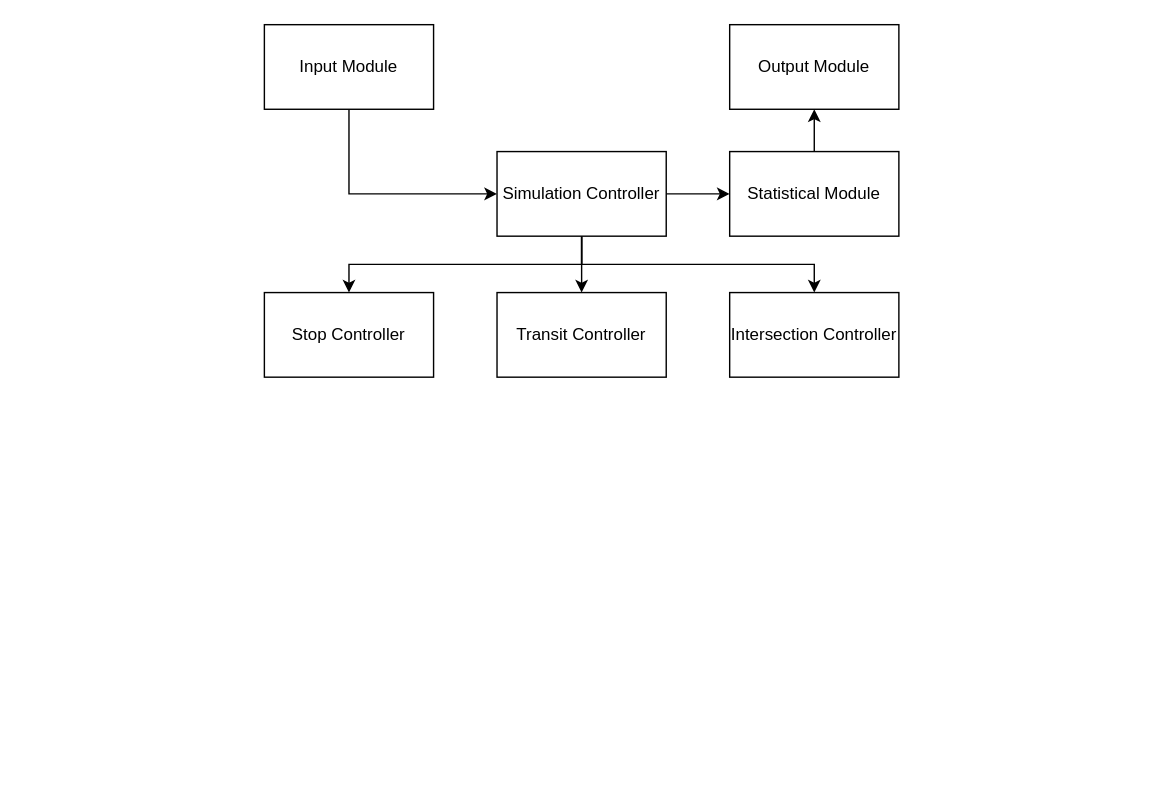
SebastianGonzalezRP/SimVex keeps this draw.io diagram as page "Architecture" (1 of 7) of Diagrams.drawio. Above is the earlier version. Source tidied: cells renumbered, new cells numbered last; positions are measured from the earlier drawing's top-left corner, leaving out a move shared by most shapes. Both pictures are drawn from the tidied source at 141%, with x=0, y=0 at pixel (264, 24).
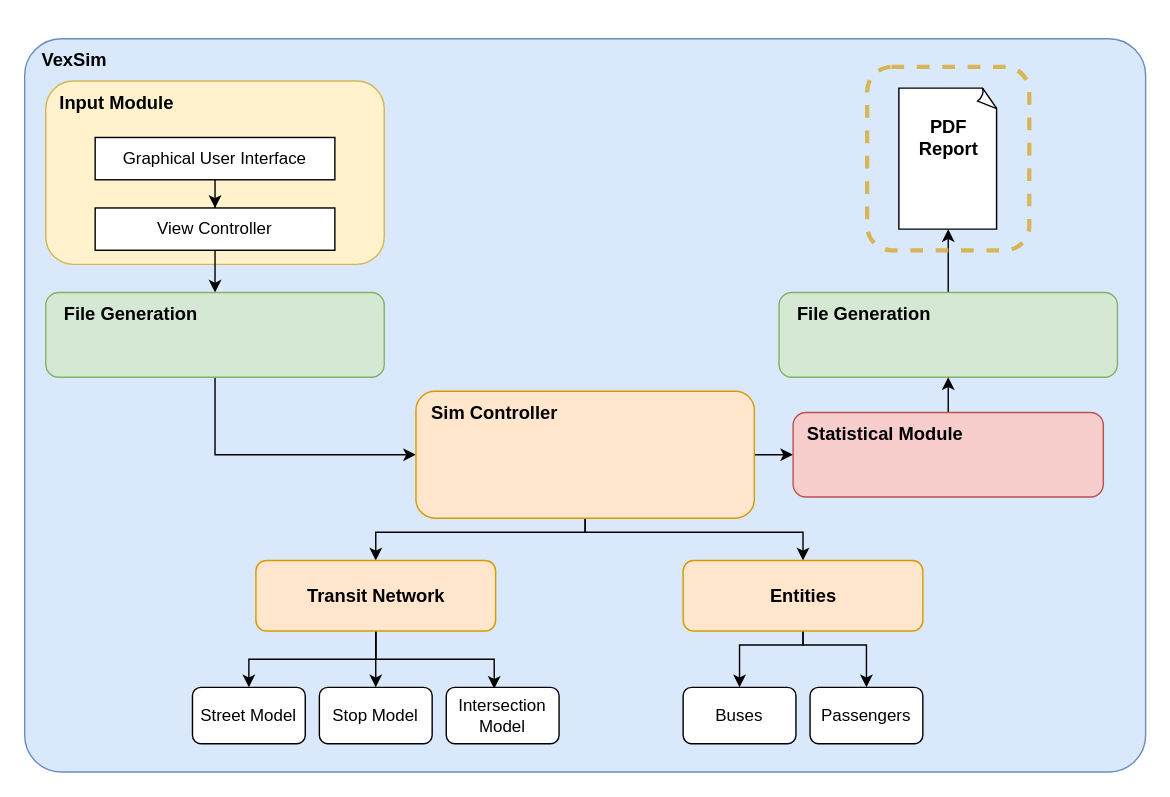
The same page after the edit.

Change to the diagram source:
```diff
@@
-    <mxCell id="2" style="edgeStyle=orthogonalEdgeStyle;rounded=0;jettySize=auto;html=1;exitX=1;exitY=0.5;exitDx=0;exitDy=0;entryX=0;entryY=0.5;entryDx=0;entryDy=0;" parent="1" edge="1" source="6" target="13">
-      <mxGeometry relative="1" as="geometry" />
-    </mxCell>
-    <mxCell id="3" style="edgeStyle=orthogonalEdgeStyle;rounded=0;jettySize=auto;html=1;exitX=0.5;exitY=1;exitDx=0;exitDy=0;entryX=0.5;entryY=0;entryDx=0;entryDy=0;" parent="1" edge="1" source="6" target="8">
-      <mxGeometry relative="1" as="geometry" />
-    </mxCell>
-    <mxCell id="4" style="edgeStyle=orthogonalEdgeStyle;rounded=0;jettySize=auto;html=1;exitX=0.5;exitY=1;exitDx=0;exitDy=0;entryX=0.5;entryY=0;entryDx=0;entryDy=0;" parent="1" edge="1" source="6" target="7">
-      <mxGeometry relative="1" as="geometry" />
-    </mxCell>
-    <mxCell id="5" style="edgeStyle=orthogonalEdgeStyle;rounded=0;jettySize=auto;html=1;exitX=0.5;exitY=1;exitDx=0;exitDy=0;entryX=0.5;entryY=0;entryDx=0;entryDy=0;" parent="1" edge="1" source="6" target="9">
-      <mxGeometry relative="1" as="geometry" />
-    </mxCell>
-    <mxCell id="6" value="Simulation Controller" style="rounded=0;whiteSpace=wrap;html=1;" parent="1" vertex="1">
-      <mxGeometry x="165" y="90" width="120" height="60" as="geometry" />
-    </mxCell>
-    <mxCell id="7" value="Transit Controller" style="rounded=0;whiteSpace=wrap;html=1;" parent="1" vertex="1">
-      <mxGeometry x="165" y="190" width="120" height="60" as="geometry" />
-    </mxCell>
-    <mxCell id="8" value="Stop Controller" style="rounded=0;whiteSpace=wrap;html=1;" parent="1" vertex="1">
-      <mxGeometry y="190" width="120" height="60" as="geometry" />
-    </mxCell>
-    <mxCell id="9" value="Intersection Controller" style="rounded=0;whiteSpace=wrap;html=1;" parent="1" vertex="1">
-      <mxGeometry x="330" y="190" width="120" height="60" as="geometry" />
-    </mxCell>
-    <mxCell id="10" style="edgeStyle=orthogonalEdgeStyle;rounded=0;jettySize=auto;html=1;exitX=0.5;exitY=1;exitDx=0;exitDy=0;entryX=0;entryY=0.5;entryDx=0;entryDy=0;" parent="1" edge="1" source="11" target="6">
-      <mxGeometry relative="1" as="geometry" />
-    </mxCell>
+    <mxCell id="15" style="rounded=1;whiteSpace=wrap;html=1;fillColor=#dae8fc;strokeColor=#6c8ebf;arcSize=5;" parent="1" vertex="1">
+      <mxGeometry x="-170" y="10" width="795" height="520" as="geometry" />
+    </mxCell>
+    <mxCell id="16" style="rounded=1;whiteSpace=wrap;html=1;fillColor=#fff2cc;strokeColor=#d6b656;" parent="1" vertex="1">
+      <mxGeometry x="-155" y="40" width="240" height="130" as="geometry" />
+    </mxCell>
+    <mxCell id="17" value="&lt;div style=&quot;text-align: justify;&quot;&gt;&lt;span style=&quot;background-color: initial;&quot;&gt;&lt;font style=&quot;font-size: 13px;&quot;&gt;&lt;b&gt;VexSim&lt;/b&gt;&lt;/font&gt;&lt;/span&gt;&lt;/div&gt;" style="text;html=1;align=center;verticalAlign=middle;strokeColor=none;fillColor=none;" parent="1" vertex="1">
+      <mxGeometry x="-170" y="10" width="70" height="30" as="geometry" />
+    </mxCell>
-    <mxCell id="11" value="Input Module" style="rounded=0;whiteSpace=wrap;html=1;" parent="1" vertex="1">
-      <mxGeometry width="120" height="60" as="geometry" />
+    <mxCell id="11" value="&lt;div style=&quot;text-align: justify;&quot;&gt;&lt;span style=&quot;background-color: initial;&quot;&gt;&lt;font style=&quot;font-size: 13px;&quot;&gt;&lt;b&gt;Input Module&lt;/b&gt;&lt;/font&gt;&lt;/span&gt;&lt;/div&gt;" style="text;html=1;align=center;verticalAlign=middle;points=[];strokeColor=none;fillColor=none;" parent="1" vertex="1">
+      <mxGeometry x="-155" y="40" width="100" height="30" as="geometry" />
     </mxCell>
-    <mxCell id="12" style="edgeStyle=orthogonalEdgeStyle;rounded=0;jettySize=auto;html=1;exitX=0.5;exitY=0;exitDx=0;exitDy=0;entryX=0.5;entryY=1;entryDx=0;entryDy=0;" parent="1" edge="1" source="13" target="14">
-      <mxGeometry relative="1" as="geometry" />
-    </mxCell>
+    <mxCell id="18" style="edgeStyle=orthogonalEdgeStyle;rounded=0;jettySize=auto;html=1;entryX=0.5;entryY=0;entryDx=0;entryDy=0;" parent="1" edge="1" source="19" target="21">
+      <mxGeometry relative="1" as="geometry" />
+    </mxCell>
+    <mxCell id="19" value="Graphical User Interface" style="rounded=0;whiteSpace=wrap;html=1;" parent="1" vertex="1">
+      <mxGeometry x="-120" y="80" width="170" height="30" as="geometry" />
+    </mxCell>
+    <mxCell id="20" style="edgeStyle=orthogonalEdgeStyle;rounded=0;jettySize=auto;html=1;entryX=0.5;entryY=0;entryDx=0;entryDy=0;" parent="1" edge="1" source="21" target="23">
+      <mxGeometry relative="1" as="geometry" />
+    </mxCell>
+    <mxCell id="21" value="View Controller" style="rounded=0;whiteSpace=wrap;html=1;" parent="1" vertex="1">
+      <mxGeometry x="-120" y="130" width="170" height="30" as="geometry" />
+    </mxCell>
+    <mxCell id="22" style="edgeStyle=orthogonalEdgeStyle;rounded=0;jettySize=auto;html=1;entryX=0;entryY=0.5;entryDx=0;entryDy=0;" parent="1" edge="1" source="23" target="28">
+      <mxGeometry relative="1" as="geometry">
+        <Array as="points">
+          <mxPoint x="-35" y="305" />
+        </Array>
+      </mxGeometry>
+    </mxCell>
+    <mxCell id="23" style="rounded=1;whiteSpace=wrap;html=1;fillColor=#d5e8d4;strokeColor=#82b366;" parent="1" vertex="1">
+      <mxGeometry x="-155" y="190" width="240" height="60" as="geometry" />
+    </mxCell>
+    <mxCell id="24" value="&lt;div style=&quot;text-align: justify;&quot;&gt;&lt;span style=&quot;background-color: initial;&quot;&gt;&lt;font style=&quot;font-size: 13px;&quot;&gt;&lt;b&gt;File Generation&lt;/b&gt;&lt;/font&gt;&lt;/span&gt;&lt;/div&gt;" style="text;html=1;align=center;verticalAlign=middle;strokeColor=none;fillColor=none;" parent="1" vertex="1">
+      <mxGeometry x="-155" y="190" width="120" height="30" as="geometry" />
+    </mxCell>
+    <mxCell id="25" style="edgeStyle=orthogonalEdgeStyle;rounded=0;jettySize=auto;html=1;entryX=0.5;entryY=0;entryDx=0;entryDy=0;" parent="1" edge="1" source="28" target="33">
+      <mxGeometry relative="1" as="geometry">
+        <Array as="points">
+          <mxPoint x="228" y="360" />
+          <mxPoint x="79" y="360" />
+        </Array>
+      </mxGeometry>
+    </mxCell>
+    <mxCell id="26" style="edgeStyle=orthogonalEdgeStyle;rounded=0;jettySize=auto;html=1;entryX=0.5;entryY=0;entryDx=0;entryDy=0;" parent="1" edge="1" source="28" target="38">
+      <mxGeometry relative="1" as="geometry">
+        <Array as="points">
+          <mxPoint x="228" y="360" />
+          <mxPoint x="382" y="360" />
+        </Array>
+      </mxGeometry>
+    </mxCell>
+    <mxCell id="27" style="edgeStyle=orthogonalEdgeStyle;rounded=0;jettySize=auto;html=1;entryX=0;entryY=0.5;entryDx=0;entryDy=0;" parent="1" edge="1" source="28" target="48">
+      <mxGeometry relative="1" as="geometry" />
+    </mxCell>
+    <mxCell id="28" style="rounded=1;whiteSpace=wrap;html=1;fillColor=#ffe6cc;strokeColor=#d79b00;" parent="1" vertex="1">
+      <mxGeometry x="107.5" y="260" width="240" height="90" as="geometry" />
+    </mxCell>
+    <mxCell id="29" value="&lt;div style=&quot;text-align: justify;&quot;&gt;&lt;span style=&quot;background-color: initial;&quot;&gt;&lt;font style=&quot;font-size: 13px;&quot;&gt;&lt;b&gt;Sim Controller&lt;/b&gt;&lt;/font&gt;&lt;/span&gt;&lt;/div&gt;" style="text;html=1;align=center;verticalAlign=middle;strokeColor=none;fillColor=none;" parent="1" vertex="1">
+      <mxGeometry x="107.5" y="260" width="110" height="30" as="geometry" />
+    </mxCell>
+    <mxCell id="30" style="edgeStyle=orthogonalEdgeStyle;rounded=0;jettySize=auto;html=1;entryX=0.5;entryY=0;entryDx=0;entryDy=0;" parent="1" edge="1" source="33" target="39">
+      <mxGeometry relative="1" as="geometry" />
+    </mxCell>
+    <mxCell id="31" style="edgeStyle=orthogonalEdgeStyle;rounded=0;jettySize=auto;html=1;entryX=0.425;entryY=0.025;entryDx=0;entryDy=0;entryPerimeter=0;" parent="1" edge="1" source="33" target="40">
+      <mxGeometry relative="1" as="geometry" />
+    </mxCell>
+    <mxCell id="32" style="edgeStyle=orthogonalEdgeStyle;rounded=0;jettySize=auto;html=1;entryX=0.5;entryY=0;entryDx=0;entryDy=0;" parent="1" edge="1" source="33" target="35">
+      <mxGeometry relative="1" as="geometry" />
+    </mxCell>
+    <mxCell id="33" style="rounded=1;whiteSpace=wrap;html=1;fillColor=#ffe6cc;strokeColor=#d79b00;" parent="1" vertex="1">
+      <mxGeometry x="-6" y="380" width="170" height="50" as="geometry" />
+    </mxCell>
+    <mxCell id="34" value="&lt;div style=&quot;text-align: justify;&quot;&gt;&lt;span style=&quot;background-color: initial;&quot;&gt;&lt;font style=&quot;font-size: 13px;&quot;&gt;&lt;b&gt;Transit Network&lt;/b&gt;&lt;/font&gt;&lt;/span&gt;&lt;/div&gt;" style="text;html=1;align=center;verticalAlign=middle;strokeColor=none;fillColor=none;" parent="1" vertex="1">
+      <mxGeometry x="19" y="390" width="120" height="30" as="geometry" />
+    </mxCell>
+    <mxCell id="35" value="Street Model" style="rounded=1;whiteSpace=wrap;html=1;" parent="1" vertex="1">
+      <mxGeometry x="-51" y="470" width="80" height="40" as="geometry" />
+    </mxCell>
+    <mxCell id="36" style="edgeStyle=orthogonalEdgeStyle;rounded=0;jettySize=auto;html=1;entryX=0.5;entryY=0;entryDx=0;entryDy=0;" parent="1" edge="1" source="38" target="42">
+      <mxGeometry relative="1" as="geometry">
+        <Array as="points">
+          <mxPoint x="382" y="440" />
+          <mxPoint x="337" y="440" />
+        </Array>
+      </mxGeometry>
+    </mxCell>
+    <mxCell id="37" style="edgeStyle=orthogonalEdgeStyle;rounded=0;jettySize=auto;html=1;entryX=0.5;entryY=0;entryDx=0;entryDy=0;" parent="1" edge="1" source="38" target="43">
+      <mxGeometry relative="1" as="geometry">
+        <Array as="points">
+          <mxPoint x="382" y="440" />
+          <mxPoint x="427" y="440" />
+        </Array>
+      </mxGeometry>
+    </mxCell>
+    <mxCell id="38" style="rounded=1;whiteSpace=wrap;html=1;fillColor=#ffe6cc;strokeColor=#d79b00;" parent="1" vertex="1">
+      <mxGeometry x="297" y="380" width="170" height="50" as="geometry" />
+    </mxCell>
+    <mxCell id="39" value="Stop Model" style="rounded=1;whiteSpace=wrap;html=1;" parent="1" vertex="1">
+      <mxGeometry x="39" y="470" width="80" height="40" as="geometry" />
+    </mxCell>
+    <mxCell id="40" value="Intersection Model" style="rounded=1;whiteSpace=wrap;html=1;" parent="1" vertex="1">
+      <mxGeometry x="129" y="470" width="80" height="40" as="geometry" />
+    </mxCell>
+    <mxCell id="41" value="&lt;div style=&quot;text-align: justify;&quot;&gt;&lt;span style=&quot;background-color: initial;&quot;&gt;&lt;font style=&quot;font-size: 13px;&quot;&gt;&lt;b&gt;Entities&lt;/b&gt;&lt;/font&gt;&lt;/span&gt;&lt;/div&gt;" style="text;html=1;align=center;verticalAlign=middle;strokeColor=none;fillColor=none;" parent="1" vertex="1">
+      <mxGeometry x="347" y="390" width="70" height="30" as="geometry" />
+    </mxCell>
+    <mxCell id="42" value="Buses" style="rounded=1;whiteSpace=wrap;html=1;" parent="1" vertex="1">
+      <mxGeometry x="297" y="470" width="80" height="40" as="geometry" />
+    </mxCell>
+    <mxCell id="43" value="Passengers" style="rounded=1;whiteSpace=wrap;html=1;" parent="1" vertex="1">
+      <mxGeometry x="387" y="470" width="80" height="40" as="geometry" />
+    </mxCell>
+    <mxCell id="44" style="edgeStyle=orthogonalEdgeStyle;rounded=0;jettySize=auto;html=1;entryX=0.5;entryY=1;entryDx=0;entryDy=0;entryPerimeter=0;" parent="1" edge="1" source="45" target="50">
+      <mxGeometry relative="1" as="geometry" />
+    </mxCell>
+    <mxCell id="45" style="rounded=1;whiteSpace=wrap;html=1;fillColor=#d5e8d4;strokeColor=#82b366;" parent="1" vertex="1">
+      <mxGeometry x="365" y="190" width="240" height="60" as="geometry" />
+    </mxCell>
+    <mxCell id="46" value="&lt;div style=&quot;text-align: justify;&quot;&gt;&lt;span style=&quot;background-color: initial;&quot;&gt;&lt;font style=&quot;font-size: 13px;&quot;&gt;&lt;b&gt;File Generation&lt;/b&gt;&lt;/font&gt;&lt;/span&gt;&lt;/div&gt;" style="text;html=1;align=center;verticalAlign=middle;strokeColor=none;fillColor=none;" parent="1" vertex="1">
+      <mxGeometry x="365" y="190" width="120" height="30" as="geometry" />
+    </mxCell>
+    <mxCell id="47" style="edgeStyle=orthogonalEdgeStyle;rounded=0;jettySize=auto;html=1;entryX=0.5;entryY=1;entryDx=0;entryDy=0;" parent="1" edge="1" source="48" target="45">
+      <mxGeometry relative="1" as="geometry" />
+    </mxCell>
+    <mxCell id="48" style="rounded=1;whiteSpace=wrap;html=1;fillColor=#f8cecc;strokeColor=#b85450;" parent="1" vertex="1">
+      <mxGeometry x="375" y="275" width="220" height="60" as="geometry" />
+    </mxCell>
-    <mxCell id="13" value="Statistical Module" style="rounded=0;whiteSpace=wrap;html=1;" parent="1" vertex="1">
-      <mxGeometry x="330" y="90" width="120" height="60" as="geometry" />
+    <mxCell id="13" value="&lt;div style=&quot;text-align: justify;&quot;&gt;&lt;span style=&quot;background-color: initial;&quot;&gt;&lt;font style=&quot;font-size: 13px;&quot;&gt;&lt;b&gt;Statistical Module&lt;/b&gt;&lt;/font&gt;&lt;/span&gt;&lt;/div&gt;" style="text;html=1;align=center;verticalAlign=middle;points=[];strokeColor=none;fillColor=none;" parent="1" vertex="1">
+      <mxGeometry x="375" y="275" width="130" height="30" as="geometry" />
     </mxCell>
-    <mxCell id="14" value="Output Module" style="rounded=0;whiteSpace=wrap;html=1;" parent="1" vertex="1">
-      <mxGeometry x="330" width="120" height="60" as="geometry" />
-    </mxCell>
+    <mxCell id="49" style="rounded=1;whiteSpace=wrap;html=1;fillColor=none;strokeColor=#d6b656;strokeWidth=3;dashed=1;" parent="1" vertex="1">
+      <mxGeometry x="427.5" y="30" width="115" height="130" as="geometry" />
+    </mxCell>
+    <mxCell id="50" style="whiteSpace=wrap;html=1;shape=mxgraph.basic.document;" parent="1" vertex="1">
+      <mxGeometry x="450" y="45" width="70" height="100" as="geometry" />
+    </mxCell>
+    <mxCell id="51" value="&lt;div style=&quot;&quot;&gt;&lt;span style=&quot;background-color: initial;&quot;&gt;&lt;font style=&quot;font-size: 13px;&quot;&gt;&lt;b&gt;PDF&lt;/b&gt;&lt;/font&gt;&lt;/span&gt;&lt;/div&gt;&lt;div style=&quot;&quot;&gt;&lt;span style=&quot;background-color: initial;&quot;&gt;&lt;font style=&quot;font-size: 13px;&quot;&gt;&lt;b&gt;Report&lt;/b&gt;&lt;/font&gt;&lt;/span&gt;&lt;/div&gt;" style="text;html=1;align=center;verticalAlign=middle;strokeColor=none;fillColor=none;" parent="1" vertex="1">
+      <mxGeometry x="450" y="60" width="70" height="40" as="geometry" />
+    </mxCell>
```
